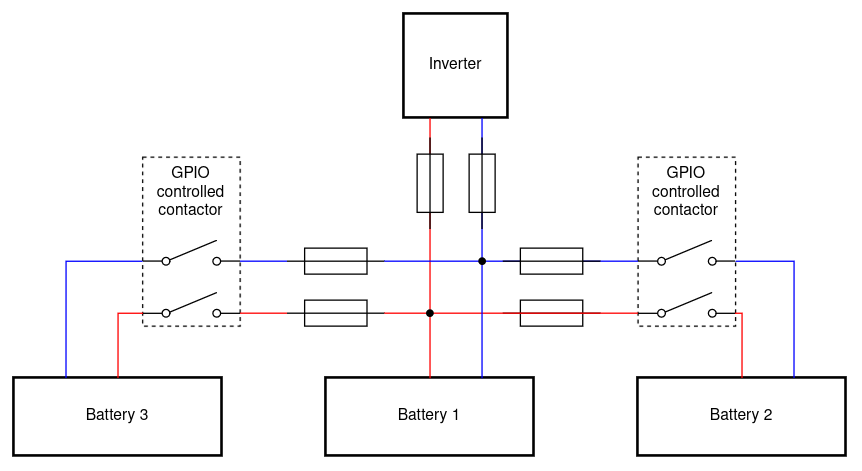
The draw.io diagram be_battery_3x.png in nagyrobi/files, before a commit. Source tidied: cells renumbered, new cells last; positions are measured from the earlier drawing's top-left corner, leaving out a move shared by most shapes.
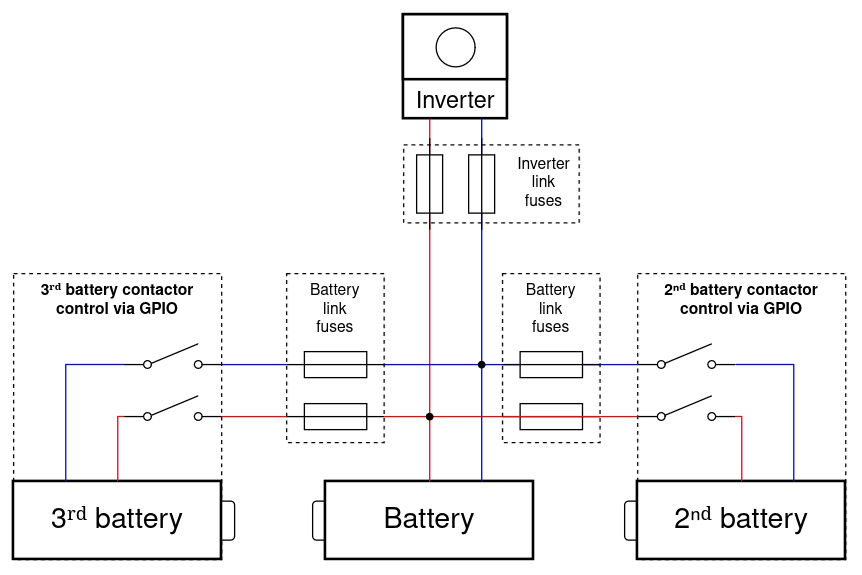
After the change.

Change to the diagram source:
```diff
@@ -2,113 +2,144 @@
   <root>
     <mxCell id="0" />
     <mxCell id="1" parent="0" />
-    <mxCell id="2" value="GPIO controlled contactor" style="rounded=0;whiteSpace=wrap;html=1;fillColor=none;verticalAlign=top;dashed=1;" parent="1" vertex="1">
-      <mxGeometry x="480" y="110" width="75" height="130" as="geometry" />
+    <mxCell id="2" value="2ⁿᵈ battery contactor control via GPIO" style="rounded=0;whiteSpace=wrap;html=1;fillColor=none;verticalAlign=top;dashed=1;fontStyle=1;fontFamily=Helvetica;" parent="1" vertex="1">
+      <mxGeometry x="480" y="120" width="160" height="220" as="geometry" />
     </mxCell>
+    <mxCell id="19" value="3ʳᵈ battery contactor control via GPIO" style="rounded=0;whiteSpace=wrap;html=1;fillColor=none;verticalAlign=top;dashed=1;fontStyle=1;fontFamily=Helvetica;" parent="1" vertex="1">
+      <mxGeometry y="120" width="160" height="220" as="geometry" />
+    </mxCell>
+    <mxCell id="34" style="rounded=1;whiteSpace=wrap;html=1;fontFamily=Helvetica;" parent="1" vertex="1">
+      <mxGeometry x="470" y="295" width="20" height="30" as="geometry" />
+    </mxCell>
+    <mxCell id="35" style="rounded=1;whiteSpace=wrap;html=1;fontFamily=Helvetica;" parent="1" vertex="1">
+      <mxGeometry x="230" y="295" width="20" height="30" as="geometry" />
+    </mxCell>
+    <mxCell id="36" style="rounded=1;whiteSpace=wrap;html=1;fontFamily=Helvetica;" parent="1" vertex="1">
+      <mxGeometry x="150" y="295" width="20" height="30" as="geometry" />
+    </mxCell>
-    <mxCell id="3" value="Inverter" style="whiteSpace=wrap;html=1;strokeWidth=2;" parent="1" vertex="1">
-      <mxGeometry x="300" width="80" height="80" as="geometry" />
+    <mxCell id="3" value="Inverter" style="whiteSpace=wrap;html=1;strokeWidth=2;fontSize=18;verticalAlign=bottom;fontFamily=Helvetica;" parent="1" vertex="1">
+      <mxGeometry x="300" y="-79" width="80" height="80" as="geometry" />
     </mxCell>
-    <mxCell id="4" value="Battery 1" style="rounded=0;whiteSpace=wrap;html=1;strokeWidth=2;" parent="1" vertex="1">
+    <mxCell id="4" value="Battery" style="rounded=0;whiteSpace=wrap;html=1;strokeWidth=2;fontSize=22;fontFamily=Helvetica;" parent="1" vertex="1">
       <mxGeometry x="240" y="280" width="160" height="60" as="geometry" />
     </mxCell>
-    <mxCell id="5" value="Battery 2" style="rounded=0;whiteSpace=wrap;html=1;strokeWidth=2;" parent="1" vertex="1">
+    <mxCell id="5" value="2ⁿᵈ battery" style="rounded=0;whiteSpace=wrap;html=1;strokeWidth=2;fontSize=22;fontFamily=Helvetica;" parent="1" vertex="1">
       <mxGeometry x="480" y="280" width="160" height="60" as="geometry" />
     </mxCell>
-    <mxCell id="6" style="endArrow=none;html=1;rounded=0;entryX=0.25;entryY=1;entryDx=0;entryDy=0;exitX=0.5;exitY=0;exitDx=0;exitDy=0;edgeStyle=orthogonalEdgeStyle;strokeColor=light-dark(#FF0000,#5E5C64);" parent="1" edge="1" source="4" target="3">
+    <mxCell id="6" style="endArrow=none;html=1;rounded=0;entryX=0.25;entryY=1;entryDx=0;entryDy=0;exitX=0.5;exitY=0;exitDx=0;exitDy=0;edgeStyle=orthogonalEdgeStyle;strokeColor=light-dark(#FF0000,#5E5C64);fontFamily=Helvetica;" parent="1" edge="1" source="4" target="3">
       <mxGeometry relative="1" as="geometry" />
     </mxCell>
-    <mxCell id="7" style="endArrow=none;html=1;rounded=0;entryX=0.75;entryY=1;entryDx=0;entryDy=0;exitDx=0;exitDy=0;strokeColor=#0000FF;" parent="1" edge="1" source="33" target="3">
+    <mxCell id="7" style="endArrow=none;html=1;rounded=0;entryX=0.75;entryY=1;entryDx=0;entryDy=0;exitDx=0;exitDy=0;strokeColor=#0000FF;fontFamily=Helvetica;" parent="1" edge="1" source="33" target="3">
       <mxGeometry relative="1" as="geometry" />
     </mxCell>
-    <mxCell id="8" style="endArrow=none;html=1;rounded=0;exitX=0;exitY=0.8;exitDx=0;exitDy=0;edgeStyle=orthogonalEdgeStyle;strokeColor=#0000FF;" parent="1" edge="1" source="11">
+    <mxCell id="8" style="endArrow=none;html=1;rounded=0;exitX=0;exitY=0.8;exitDx=0;exitDy=0;edgeStyle=orthogonalEdgeStyle;strokeColor=#0000FF;fontFamily=Helvetica;" parent="1" edge="1" source="11">
       <mxGeometry relative="1" as="geometry">
         <mxPoint x="360" y="190" as="targetPoint" />
       </mxGeometry>
     </mxCell>
-    <mxCell id="9" style="endArrow=none;html=1;rounded=0;exitDx=0;exitDy=0;edgeStyle=orthogonalEdgeStyle;strokeColor=#FF0000;" parent="1" edge="1" source="31">
+    <mxCell id="9" style="endArrow=none;html=1;rounded=0;exitDx=0;exitDy=0;edgeStyle=orthogonalEdgeStyle;strokeColor=#FF0000;fontFamily=Helvetica;" parent="1" edge="1" source="31">
       <mxGeometry relative="1" as="geometry">
         <mxPoint x="320" y="230" as="targetPoint" />
       </mxGeometry>
     </mxCell>
-    <mxCell id="10" style="html=1;shape=mxgraph.electrical.electro-mechanical.singleSwitch;elSwitchState=off;" parent="1" vertex="1">
+    <mxCell id="10" style="html=1;shape=mxgraph.electrical.electro-mechanical.singleSwitch;elSwitchState=off;fontFamily=Helvetica;" parent="1" vertex="1">
       <mxGeometry x="480" y="214" width="75" height="20" as="geometry" />
     </mxCell>
-    <mxCell id="11" style="html=1;shape=mxgraph.electrical.electro-mechanical.singleSwitch;elSwitchState=off;" parent="1" vertex="1">
+    <mxCell id="11" style="html=1;shape=mxgraph.electrical.electro-mechanical.singleSwitch;elSwitchState=off;fontFamily=Helvetica;" parent="1" vertex="1">
       <mxGeometry x="480" y="174" width="75" height="20" as="geometry" />
     </mxCell>
-    <mxCell id="12" style="endArrow=none;html=1;rounded=0;entryX=0.5;entryY=0;entryDx=0;entryDy=0;edgeStyle=orthogonalEdgeStyle;strokeColor=#FF0000;exitX=1;exitY=0.8;exitDx=0;exitDy=0;" parent="1" edge="1" source="10" target="5">
+    <mxCell id="12" style="endArrow=none;html=1;rounded=0;entryX=0.5;entryY=0;entryDx=0;entryDy=0;edgeStyle=orthogonalEdgeStyle;strokeColor=#FF0000;exitX=1;exitY=0.8;exitDx=0;exitDy=0;fontFamily=Helvetica;" parent="1" edge="1" source="10" target="5">
       <mxGeometry relative="1" as="geometry">
         <Array as="points">
           <mxPoint x="560" y="230" />
         </Array>
       </mxGeometry>
     </mxCell>
-    <mxCell id="13" style="endArrow=none;html=1;rounded=0;entryX=1;entryY=0.8;entryDx=0;entryDy=0;exitX=0.75;exitY=0;exitDx=0;exitDy=0;edgeStyle=orthogonalEdgeStyle;strokeColor=#0000FF;" parent="1" edge="1" source="5" target="11">
+    <mxCell id="13" style="endArrow=none;html=1;rounded=0;entryX=1;entryY=0.8;entryDx=0;entryDy=0;exitX=0.75;exitY=0;exitDx=0;exitDy=0;edgeStyle=orthogonalEdgeStyle;strokeColor=#0000FF;fontFamily=Helvetica;" parent="1" edge="1" source="5" target="11">
       <mxGeometry relative="1" as="geometry" />
     </mxCell>
-    <mxCell id="14" style="verticalLabelPosition=bottom;shadow=0;dashed=0;align=center;html=1;verticalAlign=top;shape=mxgraph.electrical.miscellaneous.fuse_2;" parent="1" vertex="1">
+    <mxCell id="14" style="verticalLabelPosition=bottom;shadow=0;dashed=0;align=center;html=1;verticalAlign=top;shape=mxgraph.electrical.miscellaneous.fuse_2;fontFamily=Helvetica;" parent="1" vertex="1">
       <mxGeometry x="376" y="180" width="75" height="20" as="geometry" />
     </mxCell>
-    <mxCell id="15" style="verticalLabelPosition=bottom;shadow=0;dashed=0;align=center;html=1;verticalAlign=top;shape=mxgraph.electrical.miscellaneous.fuse_2;" parent="1" vertex="1">
+    <mxCell id="15" style="verticalLabelPosition=bottom;shadow=0;dashed=0;align=center;html=1;verticalAlign=top;shape=mxgraph.electrical.miscellaneous.fuse_2;fontFamily=Helvetica;" parent="1" vertex="1">
       <mxGeometry x="376" y="220" width="75" height="20" as="geometry" />
     </mxCell>
-    <mxCell id="16" style="verticalLabelPosition=bottom;shadow=0;dashed=0;align=center;html=1;verticalAlign=top;shape=mxgraph.electrical.miscellaneous.fuse_2;rotation=90;" parent="1" vertex="1">
-      <mxGeometry x="285" y="120" width="70" height="20" as="geometry" />
+    <mxCell id="16" style="verticalLabelPosition=bottom;shadow=0;dashed=0;align=center;html=1;verticalAlign=top;shape=mxgraph.electrical.miscellaneous.fuse_2;rotation=90;fontFamily=Helvetica;" parent="1" vertex="1">
+      <mxGeometry x="285" y="41" width="70" height="20" as="geometry" />
     </mxCell>
-    <mxCell id="17" style="verticalLabelPosition=bottom;shadow=0;dashed=0;align=center;html=1;verticalAlign=top;shape=mxgraph.electrical.miscellaneous.fuse_2;rotation=90;" parent="1" vertex="1">
-      <mxGeometry x="325" y="120" width="70" height="20" as="geometry" />
+    <mxCell id="17" style="verticalLabelPosition=bottom;shadow=0;dashed=0;align=center;html=1;verticalAlign=top;shape=mxgraph.electrical.miscellaneous.fuse_2;rotation=90;fontFamily=Helvetica;" parent="1" vertex="1">
+      <mxGeometry x="325" y="41" width="70" height="20" as="geometry" />
     </mxCell>
-    <mxCell id="18" value="Battery 3" style="rounded=0;whiteSpace=wrap;html=1;strokeWidth=2;" parent="1" vertex="1">
+    <mxCell id="18" value="3ʳᵈ battery" style="rounded=0;whiteSpace=wrap;html=1;strokeWidth=2;fontSize=22;fontFamily=Helvetica;" parent="1" vertex="1">
       <mxGeometry y="280" width="160" height="60" as="geometry" />
     </mxCell>
-    <mxCell id="19" value="GPIO controlled contactor" style="rounded=0;whiteSpace=wrap;html=1;fillColor=none;verticalAlign=top;dashed=1;" parent="1" vertex="1">
-      <mxGeometry x="99" y="110" width="75" height="130" as="geometry" />
-    </mxCell>
-    <mxCell id="20" style="verticalLabelPosition=bottom;shadow=0;dashed=0;align=center;html=1;verticalAlign=top;shape=mxgraph.electrical.miscellaneous.fuse_2;" parent="1" vertex="1">
+    <mxCell id="20" style="verticalLabelPosition=bottom;shadow=0;dashed=0;align=center;html=1;verticalAlign=top;shape=mxgraph.electrical.miscellaneous.fuse_2;fontFamily=Helvetica;" parent="1" vertex="1">
       <mxGeometry x="210" y="220" width="75" height="20" as="geometry" />
     </mxCell>
-    <mxCell id="21" style="verticalLabelPosition=bottom;shadow=0;dashed=0;align=center;html=1;verticalAlign=top;shape=mxgraph.electrical.miscellaneous.fuse_2;" parent="1" vertex="1">
+    <mxCell id="21" style="verticalLabelPosition=bottom;shadow=0;dashed=0;align=center;html=1;verticalAlign=top;shape=mxgraph.electrical.miscellaneous.fuse_2;fontFamily=Helvetica;" parent="1" vertex="1">
       <mxGeometry x="210" y="180" width="75" height="20" as="geometry" />
     </mxCell>
-    <mxCell id="22" style="html=1;shape=mxgraph.electrical.electro-mechanical.singleSwitch;elSwitchState=off;" parent="1" vertex="1">
-      <mxGeometry x="99" y="174" width="75" height="20" as="geometry" />
+    <mxCell id="22" style="html=1;shape=mxgraph.electrical.electro-mechanical.singleSwitch;elSwitchState=off;fontFamily=Helvetica;" parent="1" vertex="1">
+      <mxGeometry x="85" y="174" width="75" height="20" as="geometry" />
     </mxCell>
-    <mxCell id="23" style="html=1;shape=mxgraph.electrical.electro-mechanical.singleSwitch;elSwitchState=off;" parent="1" vertex="1">
-      <mxGeometry x="99" y="214" width="75" height="20" as="geometry" />
+    <mxCell id="23" style="html=1;shape=mxgraph.electrical.electro-mechanical.singleSwitch;elSwitchState=off;fontFamily=Helvetica;" parent="1" vertex="1">
+      <mxGeometry x="85" y="214" width="75" height="20" as="geometry" />
     </mxCell>
-    <mxCell id="24" style="endArrow=none;html=1;rounded=0;exitX=1;exitY=0.5;exitDx=0;exitDy=0;exitPerimeter=0;strokeColor=#0000FF;" parent="1" edge="1" source="21">
+    <mxCell id="24" style="endArrow=none;html=1;rounded=0;exitX=1;exitY=0.5;exitDx=0;exitDy=0;exitPerimeter=0;strokeColor=#0000FF;fontFamily=Helvetica;" parent="1" edge="1" source="21">
       <mxGeometry relative="1" as="geometry">
         <mxPoint x="360" y="190" as="targetPoint" />
       </mxGeometry>
     </mxCell>
-    <mxCell id="25" style="endArrow=none;html=1;rounded=0;exitX=1;exitY=0.8;exitDx=0;exitDy=0;entryX=0;entryY=0.5;entryDx=0;entryDy=0;entryPerimeter=0;strokeColor=#0000FF;" parent="1" edge="1" source="22" target="21">
+    <mxCell id="25" style="endArrow=none;html=1;rounded=0;exitX=1;exitY=0.8;exitDx=0;exitDy=0;entryX=0;entryY=0.5;entryDx=0;entryDy=0;entryPerimeter=0;strokeColor=#0000FF;fontFamily=Helvetica;" parent="1" edge="1" source="22" target="21">
       <mxGeometry relative="1" as="geometry" />
     </mxCell>
-    <mxCell id="26" style="endArrow=none;html=1;rounded=0;exitX=1;exitY=0.8;exitDx=0;exitDy=0;entryX=0;entryY=0.5;entryDx=0;entryDy=0;entryPerimeter=0;strokeColor=#FF0000;" parent="1" edge="1" source="23" target="20">
+    <mxCell id="26" style="endArrow=none;html=1;rounded=0;exitX=1;exitY=0.8;exitDx=0;exitDy=0;entryX=0;entryY=0.5;entryDx=0;entryDy=0;entryPerimeter=0;strokeColor=#FF0000;fontFamily=Helvetica;" parent="1" edge="1" source="23" target="20">
       <mxGeometry relative="1" as="geometry" />
     </mxCell>
-    <mxCell id="27" style="endArrow=none;html=1;rounded=0;exitX=1;exitY=0.5;exitDx=0;exitDy=0;exitPerimeter=0;strokeColor=#FF0000;" parent="1" edge="1" source="20">
+    <mxCell id="27" style="endArrow=none;html=1;rounded=0;exitX=1;exitY=0.5;exitDx=0;exitDy=0;exitPerimeter=0;strokeColor=#FF0000;fontFamily=Helvetica;" parent="1" edge="1" source="20">
       <mxGeometry relative="1" as="geometry">
         <mxPoint x="320" y="230" as="targetPoint" />
       </mxGeometry>
     </mxCell>
-    <mxCell id="28" style="endArrow=none;html=1;rounded=0;exitX=0;exitY=0.8;exitDx=0;exitDy=0;entryX=0.5;entryY=0;entryDx=0;entryDy=0;edgeStyle=orthogonalEdgeStyle;strokeColor=#FF0000;" parent="1" edge="1" source="23" target="18">
-      <mxGeometry relative="1" as="geometry" />
+    <mxCell id="28" style="endArrow=none;html=1;rounded=0;exitX=0;exitY=0.8;exitDx=0;exitDy=0;entryX=0.5;entryY=0;entryDx=0;entryDy=0;edgeStyle=orthogonalEdgeStyle;strokeColor=#FF0000;fontFamily=Helvetica;" parent="1" edge="1" source="23" target="18">
+      <mxGeometry relative="1" as="geometry">
+        <Array as="points">
+          <mxPoint x="80" y="230" />
+        </Array>
+      </mxGeometry>
     </mxCell>
-    <mxCell id="29" style="endArrow=none;html=1;rounded=0;entryX=0;entryY=0.8;entryDx=0;entryDy=0;exitX=0.25;exitY=0;exitDx=0;exitDy=0;edgeStyle=orthogonalEdgeStyle;strokeColor=#0000FF;" parent="1" edge="1" source="18" target="22">
+    <mxCell id="29" style="endArrow=none;html=1;rounded=0;entryX=0;entryY=0.8;entryDx=0;entryDy=0;exitX=0.25;exitY=0;exitDx=0;exitDy=0;edgeStyle=orthogonalEdgeStyle;strokeColor=#0000FF;fontFamily=Helvetica;" parent="1" edge="1" source="18" target="22">
       <mxGeometry relative="1" as="geometry" />
     </mxCell>
-    <mxCell id="30" style="endArrow=none;html=1;rounded=0;exitX=0;exitY=0.8;exitDx=0;exitDy=0;edgeStyle=orthogonalEdgeStyle;strokeColor=#FF0000;" parent="1" edge="1" source="10" target="31">
+    <mxCell id="30" style="endArrow=none;html=1;rounded=0;exitX=0;exitY=0.8;exitDx=0;exitDy=0;edgeStyle=orthogonalEdgeStyle;strokeColor=#FF0000;fontFamily=Helvetica;" parent="1" edge="1" source="10" target="31">
       <mxGeometry relative="1" as="geometry" />
     </mxCell>
-    <mxCell id="31" style="shape=waypoint;sketch=0;fillStyle=solid;size=6;points=[];fillColor=none;perimeter=centerPerimeter;snapToPoint=1;" parent="1" vertex="1">
+    <mxCell id="31" style="shape=waypoint;sketch=0;fillStyle=solid;size=6;points=[];fillColor=none;perimeter=centerPerimeter;snapToPoint=1;fontFamily=Helvetica;" parent="1" vertex="1">
       <mxGeometry x="310" y="220" width="20" height="20" as="geometry" />
     </mxCell>
-    <mxCell id="32" style="endArrow=none;html=1;rounded=0;entryDx=0;entryDy=0;exitX=0.75;exitY=0;exitDx=0;exitDy=0;strokeColor=#0000FF;" parent="1" edge="1" source="4" target="33">
+    <mxCell id="32" style="endArrow=none;html=1;rounded=0;entryDx=0;entryDy=0;exitX=0.75;exitY=0;exitDx=0;exitDy=0;strokeColor=#0000FF;fontFamily=Helvetica;" parent="1" edge="1" source="4" target="33">
       <mxGeometry relative="1" as="geometry" />
     </mxCell>
-    <mxCell id="33" style="shape=waypoint;sketch=0;fillStyle=solid;size=6;points=[];fillColor=none;perimeter=centerPerimeter;snapToPoint=1;" parent="1" vertex="1">
+    <mxCell id="33" style="shape=waypoint;sketch=0;fillStyle=solid;size=6;points=[];fillColor=none;perimeter=centerPerimeter;snapToPoint=1;fontFamily=Helvetica;" parent="1" vertex="1">
       <mxGeometry x="350" y="180" width="20" height="20" as="geometry" />
     </mxCell>
+    <mxCell id="37" style="rounded=0;whiteSpace=wrap;html=1;strokeWidth=2;fontFamily=Helvetica;" parent="1" vertex="1">
+      <mxGeometry x="300" y="-79" width="80" height="50" as="geometry" />
+    </mxCell>
+    <mxCell id="38" style="ellipse;whiteSpace=wrap;html=1;shapeInside=1;fontFamily=Helvetica;" parent="1" vertex="1">
+      <mxGeometry x="325" y="-69" width="30" height="30" as="geometry" />
+    </mxCell>
+    <mxCell id="39" style="rounded=0;whiteSpace=wrap;html=1;fillColor=none;dashed=1;align=left;labelPosition=right;verticalLabelPosition=middle;verticalAlign=middle;fontFamily=Helvetica;" parent="1" vertex="1">
+      <mxGeometry x="300" y="21" width="135" height="60" as="geometry" />
+    </mxCell>
+    <mxCell id="40" value="&lt;div&gt;Battery&lt;/div&gt;&lt;div&gt;link&lt;/div&gt;&lt;div&gt;fuses&lt;/div&gt;" style="rounded=0;whiteSpace=wrap;html=1;fillColor=none;strokeColor=default;dashed=1;labelPosition=center;verticalLabelPosition=middle;align=center;verticalAlign=top;fontFamily=Helvetica;" parent="1" vertex="1">
+      <mxGeometry x="376" y="120" width="75" height="130" as="geometry" />
+    </mxCell>
+    <mxCell id="41" value="&lt;div&gt;Battery&lt;/div&gt;&lt;div&gt;link&lt;/div&gt;&lt;div&gt;fuses&lt;/div&gt;" style="rounded=0;whiteSpace=wrap;html=1;fillColor=none;strokeColor=default;dashed=1;labelPosition=center;verticalLabelPosition=middle;align=center;verticalAlign=top;fontFamily=Helvetica;" parent="1" vertex="1">
+      <mxGeometry x="210" y="120" width="75" height="130" as="geometry" />
+    </mxCell>
+    <mxCell id="42" value="&lt;div&gt;Inverter&lt;/div&gt;&lt;div&gt;link&lt;/div&gt;&lt;div&gt;fuses&lt;/div&gt;" style="rounded=0;whiteSpace=wrap;html=1;fillColor=none;strokeColor=none;fontFamily=Helvetica;" parent="1" vertex="1">
+      <mxGeometry x="376" y="21" width="64" height="60" as="geometry" />
+    </mxCell>
   </root>
 </mxGraphModel>
```
